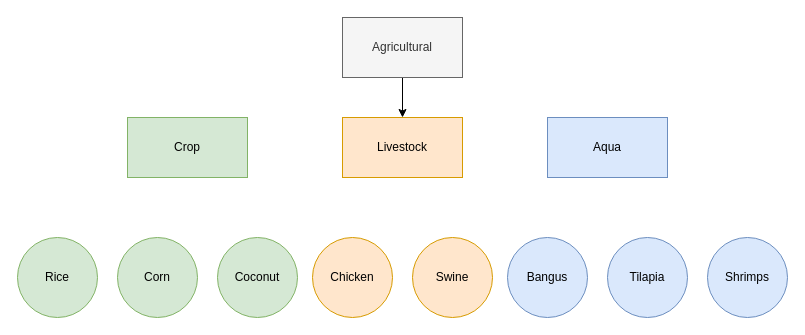
This is foodshed.drawio from arnanaraza/diagrams, a draw.io file, before an edit. Source tidied: cells renumbered, new cells numbered last; positions are measured from the earlier drawing's top-left corner, leaving out a move shared by most shapes. Both pictures are drawn from the tidied source at 100%, with x=0, y=0 at pixel (17, 17).
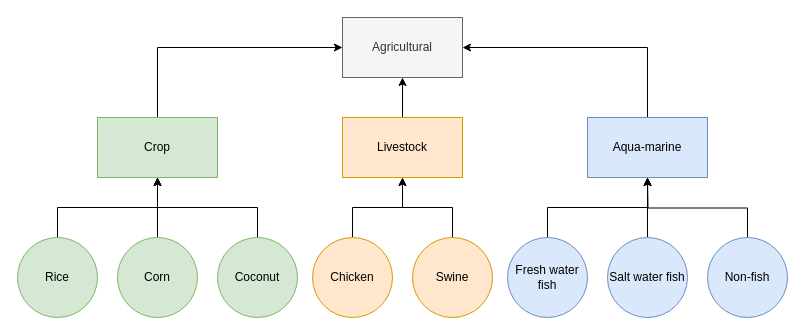
After the change.

Unchanged cells that the change refers to:
```xml
<mxCell id="3" value="Agricultural" style="rounded=0;whiteSpace=wrap;html=1;fillColor=#f5f5f5;fontColor=#333333;strokeColor=#666666;" parent="1" vertex="1">
  <mxGeometry x="325" width="120" height="60" as="geometry" />
</mxCell>
<mxCell id="5" value="Livestock" style="rounded=0;whiteSpace=wrap;html=1;fillColor=#ffe6cc;strokeColor=#d79b00;" parent="1" vertex="1">
  <mxGeometry x="325" y="100" width="120" height="60" as="geometry" />
</mxCell>
<mxCell id="7" value="Rice" style="ellipse;whiteSpace=wrap;html=1;fillColor=#d5e8d4;strokeColor=#82b366;" parent="1" vertex="1">
  <mxGeometry y="220" width="80" height="80" as="geometry" />
</mxCell>
<mxCell id="8" value="Corn" style="ellipse;whiteSpace=wrap;html=1;fillColor=#d5e8d4;strokeColor=#82b366;" parent="1" vertex="1">
  <mxGeometry x="100" y="220" width="80" height="80" as="geometry" />
</mxCell>
<mxCell id="9" value="Coconut" style="ellipse;whiteSpace=wrap;html=1;fillColor=#d5e8d4;strokeColor=#82b366;" parent="1" vertex="1">
  <mxGeometry x="200" y="220" width="80" height="80" as="geometry" />
</mxCell>
<mxCell id="10" value="Chicken" style="ellipse;whiteSpace=wrap;html=1;fillColor=#ffe6cc;strokeColor=#d79b00;" parent="1" vertex="1">
  <mxGeometry x="295" y="220" width="80" height="80" as="geometry" />
</mxCell>
<mxCell id="11" value="Swine" style="ellipse;whiteSpace=wrap;html=1;fillColor=#ffe6cc;strokeColor=#d79b00;" parent="1" vertex="1">
  <mxGeometry x="395" y="220" width="80" height="80" as="geometry" />
</mxCell>
```

Diff of the diagram source:
```diff
@@
-    <mxCell id="2" style="edgeStyle=orthogonalEdgeStyle;rounded=0;jettySize=auto;html=1;exitX=0.5;exitY=1;exitDx=0;exitDy=0;entryX=0.5;entryY=0;entryDx=0;entryDy=0;" parent="1" edge="1" source="3" target="5">
-      <mxGeometry relative="1" as="geometry" />
-    </mxCell>
@@
+    <mxCell id="15" style="edgeStyle=orthogonalEdgeStyle;rounded=0;jettySize=auto;html=1;exitX=0.5;exitY=0;exitDx=0;exitDy=0;entryX=1;entryY=0.5;entryDx=0;entryDy=0;" parent="1" edge="1" source="4" target="3">
+      <mxGeometry relative="1" as="geometry" />
+    </mxCell>
-    <mxCell id="4" value="Aqua" style="rounded=0;whiteSpace=wrap;html=1;fillColor=#dae8fc;strokeColor=#6c8ebf;" parent="1" vertex="1">
-      <mxGeometry x="530" y="100" width="120" height="60" as="geometry" />
+    <mxCell id="4" value="Aqua-marine" style="rounded=0;whiteSpace=wrap;html=1;fillColor=#dae8fc;strokeColor=#6c8ebf;" parent="1" vertex="1">
+      <mxGeometry x="570" y="100" width="120" height="60" as="geometry" />
     </mxCell>
+    <mxCell id="16" style="edgeStyle=orthogonalEdgeStyle;rounded=0;jettySize=auto;html=1;" parent="1" edge="1" source="5" target="3">
+      <mxGeometry relative="1" as="geometry" />
+    </mxCell>
@@
+    <mxCell id="17" style="edgeStyle=orthogonalEdgeStyle;rounded=0;jettySize=auto;html=1;exitX=0.5;exitY=0;exitDx=0;exitDy=0;entryX=0;entryY=0.5;entryDx=0;entryDy=0;" parent="1" edge="1" source="6" target="3">
+      <mxGeometry relative="1" as="geometry" />
+    </mxCell>
     <mxCell id="6" value="Crop" style="rounded=0;whiteSpace=wrap;html=1;fillColor=#d5e8d4;strokeColor=#82b366;" parent="1" vertex="1">
-      <mxGeometry x="110" y="100" width="120" height="60" as="geometry" />
+      <mxGeometry x="80" y="100" width="120" height="60" as="geometry" />
     </mxCell>
+    <mxCell id="18" style="edgeStyle=orthogonalEdgeStyle;rounded=0;jettySize=auto;html=1;exitX=0.5;exitY=0;exitDx=0;exitDy=0;entryX=0.5;entryY=1;entryDx=0;entryDy=0;" parent="1" edge="1" source="7" target="6">
+      <mxGeometry relative="1" as="geometry" />
+    </mxCell>
@@
+    <mxCell id="19" style="edgeStyle=orthogonalEdgeStyle;rounded=0;jettySize=auto;html=1;exitX=0.5;exitY=0;exitDx=0;exitDy=0;entryX=0.5;entryY=1;entryDx=0;entryDy=0;" parent="1" edge="1" source="8" target="6">
+      <mxGeometry relative="1" as="geometry" />
+    </mxCell>
@@
+    <mxCell id="20" style="edgeStyle=orthogonalEdgeStyle;rounded=0;jettySize=auto;html=1;exitX=0.5;exitY=0;exitDx=0;exitDy=0;entryX=0.5;entryY=1;entryDx=0;entryDy=0;" parent="1" edge="1" source="9" target="6">
+      <mxGeometry relative="1" as="geometry" />
+    </mxCell>
@@
+    <mxCell id="21" style="edgeStyle=orthogonalEdgeStyle;rounded=0;jettySize=auto;html=1;exitX=0.5;exitY=0;exitDx=0;exitDy=0;entryX=0.5;entryY=1;entryDx=0;entryDy=0;" parent="1" edge="1" source="10" target="5">
+      <mxGeometry relative="1" as="geometry" />
+    </mxCell>
@@
+    <mxCell id="22" style="edgeStyle=orthogonalEdgeStyle;rounded=0;jettySize=auto;html=1;exitX=0.5;exitY=0;exitDx=0;exitDy=0;" parent="1" edge="1" source="11" target="5">
+      <mxGeometry relative="1" as="geometry" />
+    </mxCell>
@@
+    <mxCell id="23" style="edgeStyle=orthogonalEdgeStyle;rounded=0;jettySize=auto;html=1;exitX=0.5;exitY=0;exitDx=0;exitDy=0;entryX=0.5;entryY=1;entryDx=0;entryDy=0;" parent="1" edge="1" source="12" target="4">
+      <mxGeometry relative="1" as="geometry" />
+    </mxCell>
-    <mxCell id="12" value="Bangus" style="ellipse;whiteSpace=wrap;html=1;fillColor=#dae8fc;strokeColor=#6c8ebf;" parent="1" vertex="1">
+    <mxCell id="12" value="Fresh water fish" style="ellipse;whiteSpace=wrap;html=1;fillColor=#dae8fc;strokeColor=#6c8ebf;" parent="1" vertex="1">
       <mxGeometry x="490" y="220" width="80" height="80" as="geometry" />
     </mxCell>
+    <mxCell id="24" style="edgeStyle=orthogonalEdgeStyle;rounded=0;jettySize=auto;html=1;exitX=0.5;exitY=0;exitDx=0;exitDy=0;" parent="1" edge="1" source="13">
+      <mxGeometry relative="1" as="geometry">
+        <mxPoint x="630" y="160" as="targetPoint" />
+      </mxGeometry>
+    </mxCell>
-    <mxCell id="13" value="Tilapia" style="ellipse;whiteSpace=wrap;html=1;fillColor=#dae8fc;strokeColor=#6c8ebf;" parent="1" vertex="1">
+    <mxCell id="13" value="Salt water fish" style="ellipse;whiteSpace=wrap;html=1;fillColor=#dae8fc;strokeColor=#6c8ebf;" parent="1" vertex="1">
       <mxGeometry x="590" y="220" width="80" height="80" as="geometry" />
     </mxCell>
+    <mxCell id="25" style="edgeStyle=orthogonalEdgeStyle;rounded=0;jettySize=auto;html=1;exitX=0.5;exitY=0;exitDx=0;exitDy=0;" parent="1" edge="1" source="14">
+      <mxGeometry relative="1" as="geometry">
+        <mxPoint x="630" y="160" as="targetPoint" />
+      </mxGeometry>
+    </mxCell>
-    <mxCell id="14" value="Shrimps" style="ellipse;whiteSpace=wrap;html=1;fillColor=#dae8fc;strokeColor=#6c8ebf;" parent="1" vertex="1">
+    <mxCell id="14" value="Non-fish" style="ellipse;whiteSpace=wrap;html=1;fillColor=#dae8fc;strokeColor=#6c8ebf;" parent="1" vertex="1">
       <mxGeometry x="690" y="220" width="80" height="80" as="geometry" />
     </mxCell>
```
